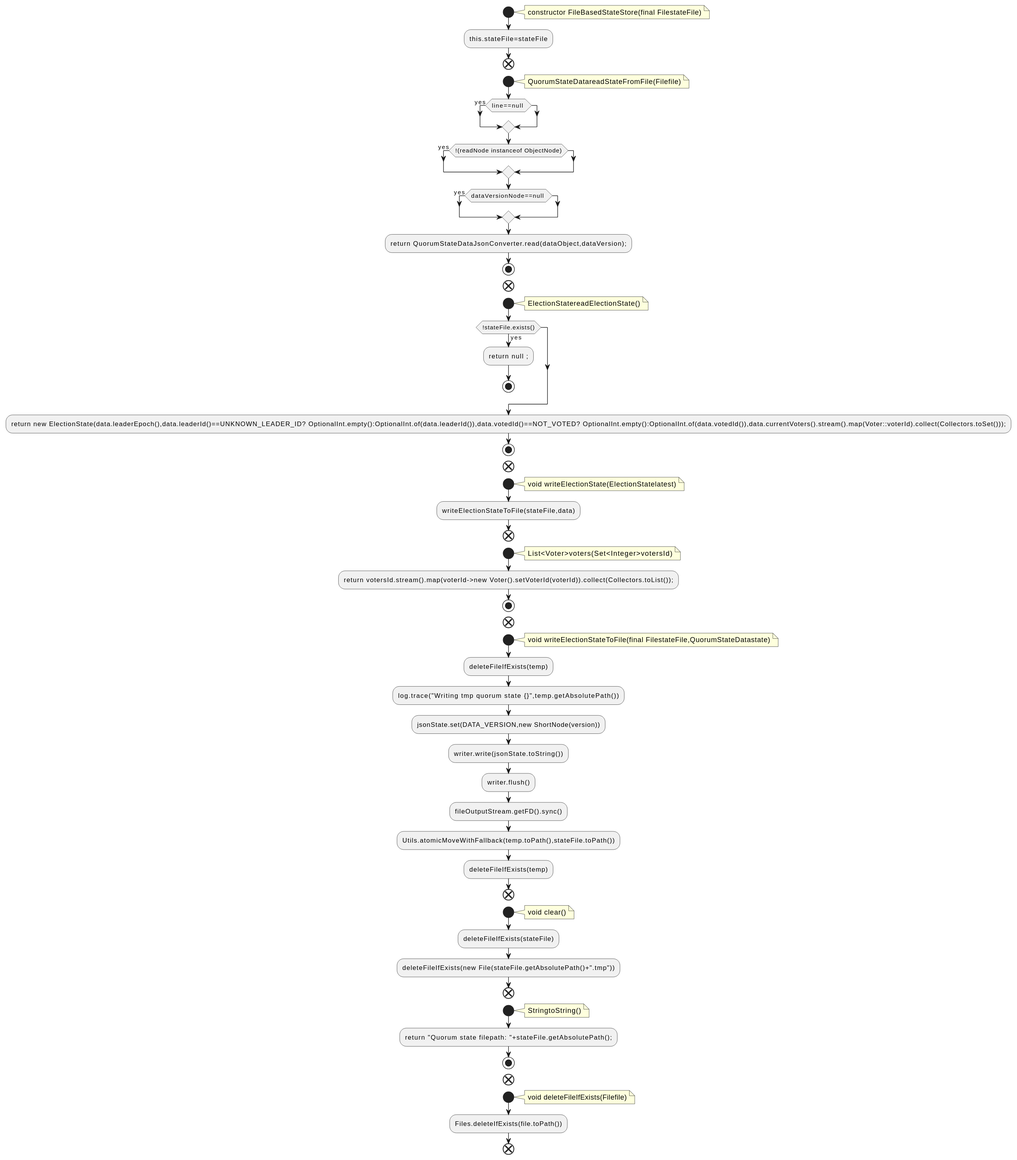
Above: docs/qc/raft/src/main/java/org/apache/kafka/raft/FileBasedStateStore.java.fct.svg in qualitesys/kafka (PlantUML), before the change. The source it was exported from:
```plantuml
@startuml
!pragma layout smetana
start
note right
constructor FileBasedStateStore(final FilestateFile)
end note
:this.stateFile=stateFile;
end
start
note right
QuorumStateDatareadStateFromFile(Filefile)
end note
if (line==null ) then (yes)
endif
if (!(readNode instanceof ObjectNode)) then (yes)
endif
if (dataVersionNode==null ) then (yes)
endif
:return QuorumStateDataJsonConverter.read(dataObject,dataVersion);;
stop
end
start
note right
ElectionStatereadElectionState()
end note
if (!stateFile.exists()) then (yes)
:return null ;;
stop
endif
:return new ElectionState(data.leaderEpoch(),data.leaderId()==UNKNOWN_LEADER_ID? OptionalInt.empty():OptionalInt.of(data.leaderId()),data.votedId()==NOT_VOTED? OptionalInt.empty():OptionalInt.of(data.votedId()),data.currentVoters().stream().map(Voter::voterId).collect(Collectors.toSet()));;
stop
end
start
note right
void writeElectionState(ElectionStatelatest)
end note
:writeElectionStateToFile(stateFile,data);
end
start
note right
List<Voter>voters(Set<Integer>votersId)
end note
:return votersId.stream().map(voterId->new Voter().setVoterId(voterId)).collect(Collectors.toList());;
stop
end
start
note right
void writeElectionStateToFile(final FilestateFile,QuorumStateDatastate)
end note
:deleteFileIfExists(temp);
:log.trace("Writing tmp quorum state {}",temp.getAbsolutePath());
:jsonState.set(DATA_VERSION,new ShortNode(version));
:writer.write(jsonState.toString());
:writer.flush();
:fileOutputStream.getFD().sync();
:Utils.atomicMoveWithFallback(temp.toPath(),stateFile.toPath());
:deleteFileIfExists(temp);
end
start
note right
void clear()
end note
:deleteFileIfExists(stateFile);
:deleteFileIfExists(new File(stateFile.getAbsolutePath()+".tmp"));
end
start
note right
StringtoString()
end note
:return "Quorum state filepath: "+stateFile.getAbsolutePath();;
stop
end
start
note right
void deleteFileIfExists(Filefile)
end note
:Files.deleteIfExists(file.toPath());
end
@enduml
```
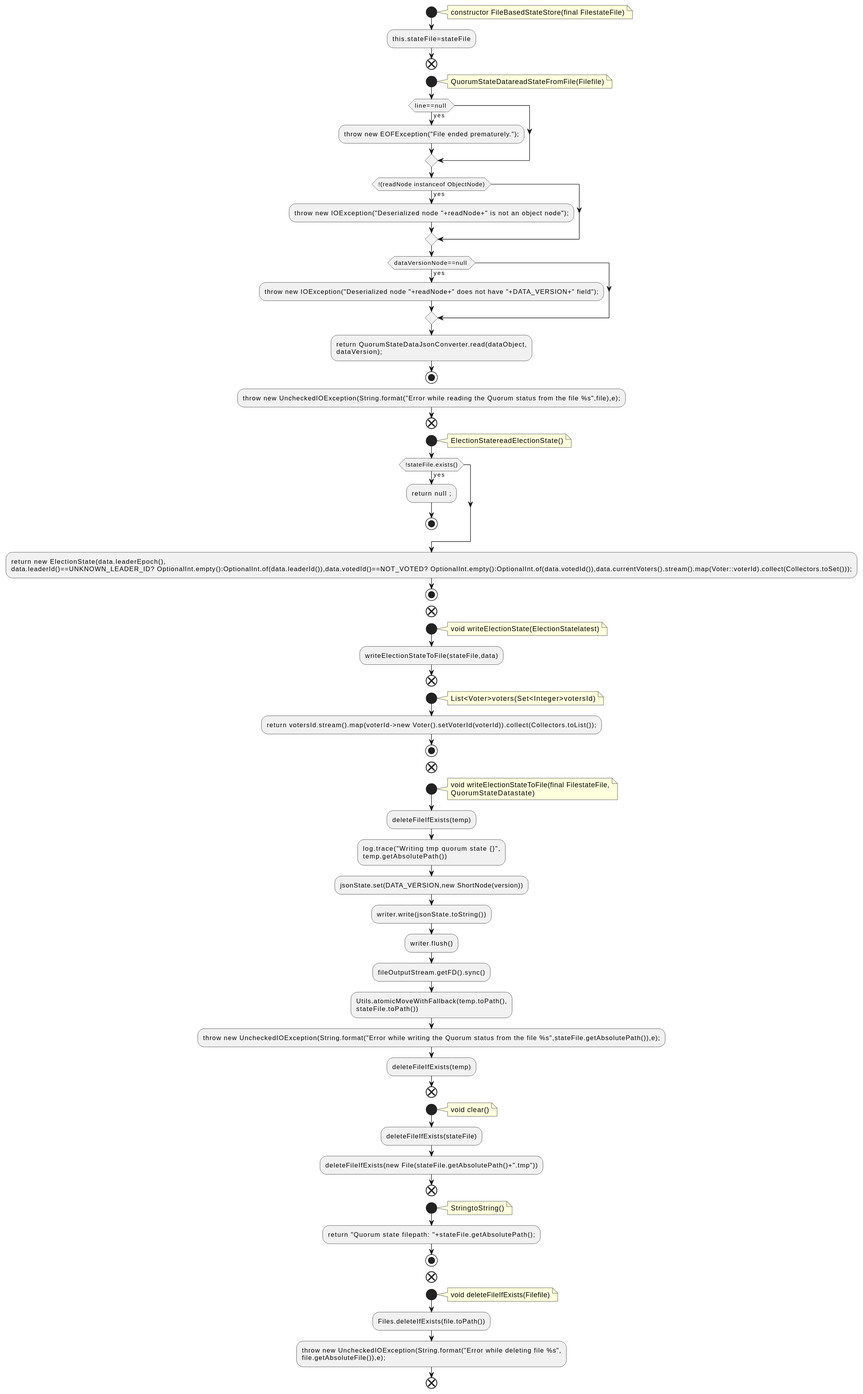
After the change.

Change to the diagram source:
```diff
@@ -11,13 +11,18 @@
 QuorumStateDatareadStateFromFile(Filefile)
 end note
 if (line==null ) then (yes)
+:throw new EOFException("File ended prematurely.");;
 endif
 if (!(readNode instanceof ObjectNode)) then (yes)
+:throw new IOException("Deserialized node "+readNode+" is not an object node");;
 endif
 if (dataVersionNode==null ) then (yes)
+:throw new IOException("Deserialized node "+readNode+" does not have "+DATA_VERSION+" field");;
 endif
-:return QuorumStateDataJsonConverter.read(dataObject,dataVersion);;
+:return QuorumStateDataJsonConverter.read(dataObject,
+dataVersion);;
 stop
+:throw new UncheckedIOException(String.format("Error while reading the Quorum status from the file %s",file),e);;
 end
 start
 note right
@@ -27,7 +32,8 @@
 :return null ;;
 stop
 endif
-:return new ElectionState(data.leaderEpoch(),data.leaderId()==UNKNOWN_LEADER_ID? OptionalInt.empty():OptionalInt.of(data.leaderId()),data.votedId()==NOT_VOTED? OptionalInt.empty():OptionalInt.of(data.votedId()),data.currentVoters().stream().map(Voter::voterId).collect(Collectors.toSet()));;
+:return new ElectionState(data.leaderEpoch(),
+data.leaderId()==UNKNOWN_LEADER_ID? OptionalInt.empty():OptionalInt.of(data.leaderId()),data.votedId()==NOT_VOTED? OptionalInt.empty():OptionalInt.of(data.votedId()),data.currentVoters().stream().map(Voter::voterId).collect(Collectors.toSet()));;
 stop
 end
 start
@@ -45,15 +51,19 @@
 end
 start
 note right
-void writeElectionStateToFile(final FilestateFile,QuorumStateDatastate)
+void writeElectionStateToFile(final FilestateFile,
+QuorumStateDatastate)
 end note
 :deleteFileIfExists(temp);
-:log.trace("Writing tmp quorum state {}",temp.getAbsolutePath());
+:log.trace("Writing tmp quorum state {}",
+temp.getAbsolutePath());
 :jsonState.set(DATA_VERSION,new ShortNode(version));
 :writer.write(jsonState.toString());
 :writer.flush();
 :fileOutputStream.getFD().sync();
-:Utils.atomicMoveWithFallback(temp.toPath(),stateFile.toPath());
+:Utils.atomicMoveWithFallback(temp.toPath(),
+stateFile.toPath());
+:throw new UncheckedIOException(String.format("Error while writing the Quorum status from the file %s",stateFile.getAbsolutePath()),e);;
 :deleteFileIfExists(temp);
 end
 start
@@ -75,5 +85,7 @@
 void deleteFileIfExists(Filefile)
 end note
 :Files.deleteIfExists(file.toPath());
+:throw new UncheckedIOException(String.format("Error while deleting file %s",
+file.getAbsoluteFile()),e);;
 end
 @enduml
```
